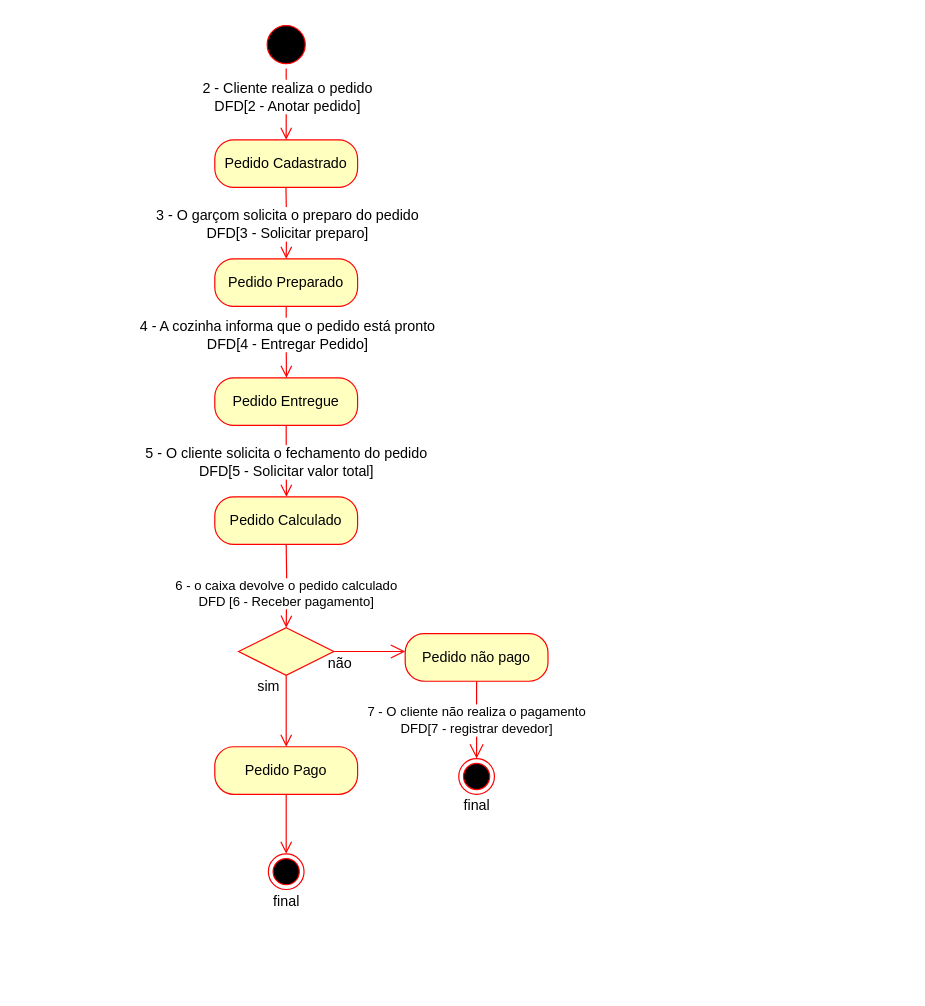
Earlier version of the draw.io diagram docs/ARTEFATOS(15-23)/ATENDER_CLIENTE/cicloDeVidaPedido.drawio (Darienzo08/ope_ads). Source tidied: cells renumbered, new cells numbered last; positions are measured from the earlier drawing's top-left corner, leaving out a move shared by most shapes. Both pictures are drawn from the tidied source at 119%, with x=0, y=0 at pixel (214, 20).
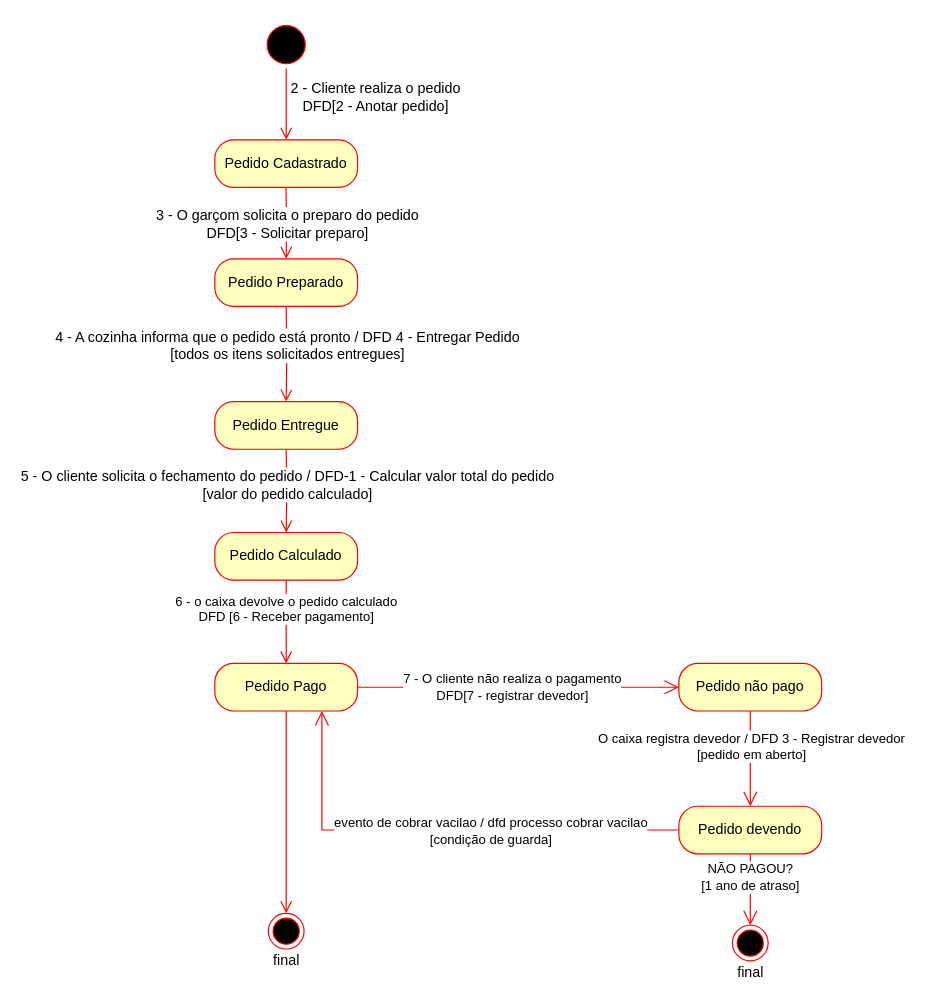
Above is the later version.

The change refers to these unchanged cells:
```xml
<mxCell id="4" style="edgeStyle=orthogonalEdgeStyle;html=1;verticalAlign=bottom;endArrow=open;endSize=8;strokeColor=#ff0000;" parent="1" edge="1" source="3" target="6">
  <mxGeometry relative="1" as="geometry">
    <Array as="points">
      <mxPoint x="60" y="110" />
    </Array>
  </mxGeometry>
</mxCell>
```

Change to the diagram source:
```diff
@@
     <mxCell id="2" style="ellipse;html=1;shape=endState;fillColor=#000000;strokeColor=#ff0000;" parent="1" vertex="1">
-      <mxGeometry x="45" y="700" width="30" height="30" as="geometry" />
+      <mxGeometry x="45" y="750" width="30" height="30" as="geometry" />
     </mxCell>
@@
     <mxCell id="5" value="2 - Cliente realiza o pedido&lt;br&gt;DFD[2 - Anotar pedido]" style="text;html=1;align=center;verticalAlign=middle;labelBackgroundColor=#ffffff;" parent="4" vertex="1">
       <mxGeometry x="1" y="37" relative="1" as="geometry">
-        <mxPoint x="-37" y="-37" as="offset" />
+        <mxPoint x="37" y="-37" as="offset" />
       </mxGeometry>
     </mxCell>
@@
     <mxCell id="9" value="Pedido Entregue" style="rounded=1;whiteSpace=wrap;html=1;arcSize=40;fontColor=#000000;fillColor=#ffffc0;strokeColor=#ff0000;" parent="1" vertex="1">
-      <mxGeometry y="300" width="120" height="40" as="geometry" />
+      <mxGeometry y="320" width="120" height="40" as="geometry" />
     </mxCell>
-    <mxCell id="10" style="edgeStyle=orthogonalEdgeStyle;html=1;verticalAlign=bottom;endArrow=open;endSize=8;strokeColor=#ff0000;entryX=0.5;entryY=0;entryDx=0;entryDy=0;" parent="1" edge="1">
+    <mxCell id="10" style="edgeStyle=orthogonalEdgeStyle;html=1;verticalAlign=bottom;endArrow=open;endSize=8;strokeColor=#ff0000;entryX=0.5;entryY=0;entryDx=0;entryDy=0;" parent="1" edge="1" target="9">
       <mxGeometry relative="1" as="geometry">
         <mxPoint x="60" y="240" as="sourcePoint" />
-        <mxPoint x="60.2" y="300" as="targetPoint" />
-        <Array as="points">
-          <mxPoint x="60" y="270" />
-        </Array>
       </mxGeometry>
     </mxCell>
-    <mxCell id="11" value="4 - A cozinha informa que o pedido está pronto&lt;br&gt;DFD[4 - Entregar Pedido]" style="text;html=1;align=center;verticalAlign=middle;labelBackgroundColor=#ffffff;" parent="10" vertex="1">
-      <mxGeometry x="-0.23" relative="1" as="geometry" />
+    <mxCell id="11" value="4 - A cozinha informa que o pedido está pronto / DFD 4 - Entregar Pedido&lt;br&gt;[todos os itens solicitados entregues]" style="text;html=1;align=center;verticalAlign=middle;labelBackgroundColor=#ffffff;" parent="10" vertex="1">
+      <mxGeometry x="-0.23" relative="1" as="geometry">
+        <mxPoint y="1.4" as="offset" />
+      </mxGeometry>
     </mxCell>
-    <mxCell id="12" style="edgeStyle=orthogonalEdgeStyle;html=1;verticalAlign=bottom;endArrow=open;endSize=8;strokeColor=#ff0000;entryX=0.5;entryY=0;entryDx=0;entryDy=0;" parent="1" edge="1">
+    <mxCell id="12" style="edgeStyle=orthogonalEdgeStyle;html=1;verticalAlign=bottom;endArrow=open;endSize=8;strokeColor=#ff0000;entryX=0.5;entryY=0;entryDx=0;entryDy=0;" parent="1" edge="1" target="17">
       <mxGeometry relative="1" as="geometry">
-        <mxPoint x="60" y="340" as="sourcePoint" />
-        <mxPoint x="60.2" y="400" as="targetPoint" />
-        <Array as="points">
-          <mxPoint x="60" y="370" />
-        </Array>
+        <mxPoint x="60" y="360" as="sourcePoint" />
       </mxGeometry>
     </mxCell>
-    <mxCell id="13" value="5 - O cliente solicita o fechamento do pedido&lt;br&gt;DFD[5 - Solicitar valor total]" style="text;html=1;align=center;verticalAlign=middle;labelBackgroundColor=#ffffff;" parent="12" vertex="1">
+    <mxCell id="13" value="5 - O cliente solicita o fechamento do pedido / DFD-1 - Calcular valor total do pedido&lt;br&gt;[valor do pedido calculado]" style="text;html=1;align=center;verticalAlign=middle;labelBackgroundColor=#ffffff;" parent="12" vertex="1">
       <mxGeometry y="10" relative="1" as="geometry">
-        <mxPoint x="-10" y="0.1" as="offset" />
+        <mxPoint x="-10" y="-5.2" as="offset" />
       </mxGeometry>
     </mxCell>
     <mxCell id="14" value="Pedido Pago" style="rounded=1;whiteSpace=wrap;html=1;arcSize=40;fontColor=#000000;fillColor=#ffffc0;strokeColor=#ff0000;" parent="1" vertex="1">
-      <mxGeometry y="610" width="120" height="40" as="geometry" />
+      <mxGeometry y="540" width="120" height="40" as="geometry" />
     </mxCell>
-    <mxCell id="15" style="edgeStyle=orthogonalEdgeStyle;html=1;verticalAlign=bottom;endArrow=open;endSize=8;strokeColor=#ff0000;exitX=0.5;exitY=1;exitDx=0;exitDy=0;" parent="1" edge="1" source="14">
-      <mxGeometry relative="1" as="geometry">
-        <mxPoint x="60" y="700" as="targetPoint" />
-      </mxGeometry>
+    <mxCell id="15" style="edgeStyle=orthogonalEdgeStyle;html=1;verticalAlign=bottom;endArrow=open;endSize=8;strokeColor=#ff0000;exitX=0.5;exitY=1;exitDx=0;exitDy=0;entryX=0.5;entryY=0;entryDx=0;entryDy=0;" parent="1" edge="1" source="14" target="2">
+      <mxGeometry relative="1" as="geometry" />
     </mxCell>
@@
     <mxCell id="17" value="Pedido Calculado" style="rounded=1;whiteSpace=wrap;html=1;arcSize=40;fontColor=#000000;fillColor=#ffffc0;strokeColor=#ff0000;" parent="1" vertex="1">
-      <mxGeometry y="400" width="120" height="40" as="geometry" />
+      <mxGeometry y="430" width="120" height="40" as="geometry" />
     </mxCell>
-    <mxCell id="18" style="edgeStyle=orthogonalEdgeStyle;html=1;verticalAlign=bottom;endArrow=open;endSize=8;strokeColor=#ff0000;entryX=0.5;entryY=0;entryDx=0;entryDy=0;" parent="1" edge="1" source="20" target="14">
-      <mxGeometry x="0.65" relative="1" as="geometry" />
-    </mxCell>
-    <mxCell id="19" style="edgeStyle=orthogonalEdgeStyle;rounded=0;jettySize=auto;html=1;strokeColor=#FF0000;endArrow=open;endFill=0;startSize=6;endSize=10;" parent="1" edge="1" source="20">
-      <mxGeometry relative="1" as="geometry">
-        <mxPoint x="160" y="530" as="targetPoint" />
-      </mxGeometry>
+    <mxCell id="19" style="edgeStyle=orthogonalEdgeStyle;rounded=0;jettySize=auto;html=1;strokeColor=#FF0000;endArrow=open;endFill=0;startSize=6;endSize=10;exitX=1;exitY=0.5;exitDx=0;exitDy=0;entryX=0;entryY=0.5;entryDx=0;entryDy=0;" parent="1" edge="1" source="14" target="23">
+      <mxGeometry relative="1" as="geometry" />
     </mxCell>
-    <mxCell id="20" style="rhombus;whiteSpace=wrap;html=1;fillColor=#ffffc0;strokeColor=#ff0000;" parent="1" vertex="1">
-      <mxGeometry x="20" y="510" width="80" height="40" as="geometry" />
-    </mxCell>
-    <mxCell id="21" value="6 - o caixa devolve o pedido calculado&lt;br&gt;DFD [6 - Receber pagamento]" style="edgeStyle=orthogonalEdgeStyle;html=1;verticalAlign=bottom;endArrow=open;endSize=8;strokeColor=#ff0000;entryX=0.5;entryY=0;entryDx=0;entryDy=0;" parent="1" edge="1" target="20">
-      <mxGeometry x="0.65" relative="1" as="geometry">
-        <mxPoint x="60" y="440" as="sourcePoint" />
+    <mxCell id="21" value="6 - o caixa devolve o pedido calculado&lt;br&gt;DFD [6 - Receber pagamento]" style="edgeStyle=orthogonalEdgeStyle;html=1;verticalAlign=bottom;endArrow=open;endSize=8;strokeColor=#ff0000;entryX=0.5;entryY=0;entryDx=0;entryDy=0;" parent="1" edge="1">
+      <mxGeometry x="0.14" relative="1" as="geometry">
+        <mxPoint x="60" y="470" as="sourcePoint" />
+        <mxPoint x="60" y="540" as="targetPoint" />
       </mxGeometry>
     </mxCell>
-    <mxCell id="22" value="7 - O cliente não realiza o pagamento&lt;br&gt;DFD[7 - registrar devedor]" style="edgeStyle=orthogonalEdgeStyle;rounded=0;jettySize=auto;html=1;entryX=0.5;entryY=0;entryDx=0;entryDy=0;startSize=6;endArrow=open;endFill=0;endSize=10;strokeColor=#FF0000;" parent="1" edge="1" source="23" target="24">
-      <mxGeometry relative="1" as="geometry" />
+    <mxCell id="22" value="7 - O cliente não realiza o pagamento&lt;br&gt;DFD[7 - registrar devedor]" style="edgeStyle=orthogonalEdgeStyle;rounded=0;jettySize=auto;html=1;startSize=6;endArrow=open;endFill=0;endSize=10;strokeColor=#FF0000;entryX=0.5;entryY=0;entryDx=0;entryDy=0;" parent="1" edge="1" source="23" target="33">
+      <mxGeometry x="-1" y="-201" relative="1" as="geometry">
+        <mxPoint x="1" y="-20" as="offset" />
+      </mxGeometry>
     </mxCell>
+    <mxCell id="29" value="O caixa registra devedor / DFD 3 - Registrar devedor&lt;br&gt;[pedido em aberto]" style="edgeLabel;html=1;align=center;verticalAlign=middle;" parent="22" vertex="1">
+      <mxGeometry x="-0.34" y="-1" relative="1" as="geometry">
+        <mxPoint x="1" y="3.7" as="offset" />
+      </mxGeometry>
+    </mxCell>
     <mxCell id="23" value="Pedido não pago" style="rounded=1;whiteSpace=wrap;html=1;arcSize=40;fontColor=#000000;fillColor=#ffffc0;strokeColor=#ff0000;" parent="1" vertex="1">
-      <mxGeometry x="160" y="515" width="120" height="40" as="geometry" />
+      <mxGeometry x="390" y="540" width="120" height="40" as="geometry" />
     </mxCell>
     <mxCell id="24" style="ellipse;html=1;shape=endState;fillColor=#000000;strokeColor=#ff0000;" parent="1" vertex="1">
-      <mxGeometry x="205" y="620" width="30" height="30" as="geometry" />
+      <mxGeometry x="435" y="760" width="30" height="30" as="geometry" />
     </mxCell>
-    <mxCell id="25" value="sim" style="text;html=1;align=center;verticalAlign=middle;" parent="1" vertex="1">
-      <mxGeometry x="30" y="550" width="30" height="20" as="geometry" />
-    </mxCell>
-    <mxCell id="26" value="não" style="text;html=1;align=center;verticalAlign=middle;" parent="1" vertex="1">
-      <mxGeometry x="85" y="530" width="40" height="20" as="geometry" />
-    </mxCell>
     <mxCell id="27" value="final" style="text;html=1;align=center;verticalAlign=middle;" parent="1" vertex="1">
-      <mxGeometry x="40" y="730" width="40" height="20" as="geometry" />
+      <mxGeometry x="40" y="780" width="40" height="20" as="geometry" />
     </mxCell>
     <mxCell id="28" value="final" style="text;html=1;align=center;verticalAlign=middle;" parent="1" vertex="1">
-      <mxGeometry x="200" y="650" width="40" height="20" as="geometry" />
+      <mxGeometry x="430" y="790" width="40" height="20" as="geometry" />
     </mxCell>
+    <mxCell id="30" style="edgeStyle=orthogonalEdgeStyle;rounded=0;jettySize=auto;html=1;entryX=0.75;entryY=1;entryDx=0;entryDy=0;strokeColor=#FF0000;endArrow=open;endFill=0;endSize=10;" parent="1" edge="1" source="33" target="14">
+      <mxGeometry relative="1" as="geometry" />
+    </mxCell>
+    <mxCell id="31" value="evento de cobrar vacilao / dfd processo cobrar vacilao&lt;br&gt;[condição de guarda]" style="edgeLabel;html=1;align=center;verticalAlign=middle;" parent="30" vertex="1">
+      <mxGeometry x="-0.02" relative="1" as="geometry">
+        <mxPoint x="37.2" as="offset" />
+      </mxGeometry>
+    </mxCell>
+    <mxCell id="32" value="NÃO PAGOU?&lt;br&gt;[1 ano de atraso]" style="edgeStyle=orthogonalEdgeStyle;rounded=0;jettySize=auto;html=1;entryX=0.5;entryY=0;entryDx=0;entryDy=0;endArrow=open;endFill=0;endSize=10;strokeColor=#FF0000;" parent="1" edge="1" source="33" target="24">
+      <mxGeometry x="-0.33" relative="1" as="geometry" />
+    </mxCell>
+    <mxCell id="33" value="Pedido devendo" style="rounded=1;whiteSpace=wrap;html=1;arcSize=40;fontColor=#000000;fillColor=#ffffc0;strokeColor=#ff0000;" parent="1" vertex="1">
+      <mxGeometry x="390" y="660" width="120" height="40" as="geometry" />
+    </mxCell>
```
